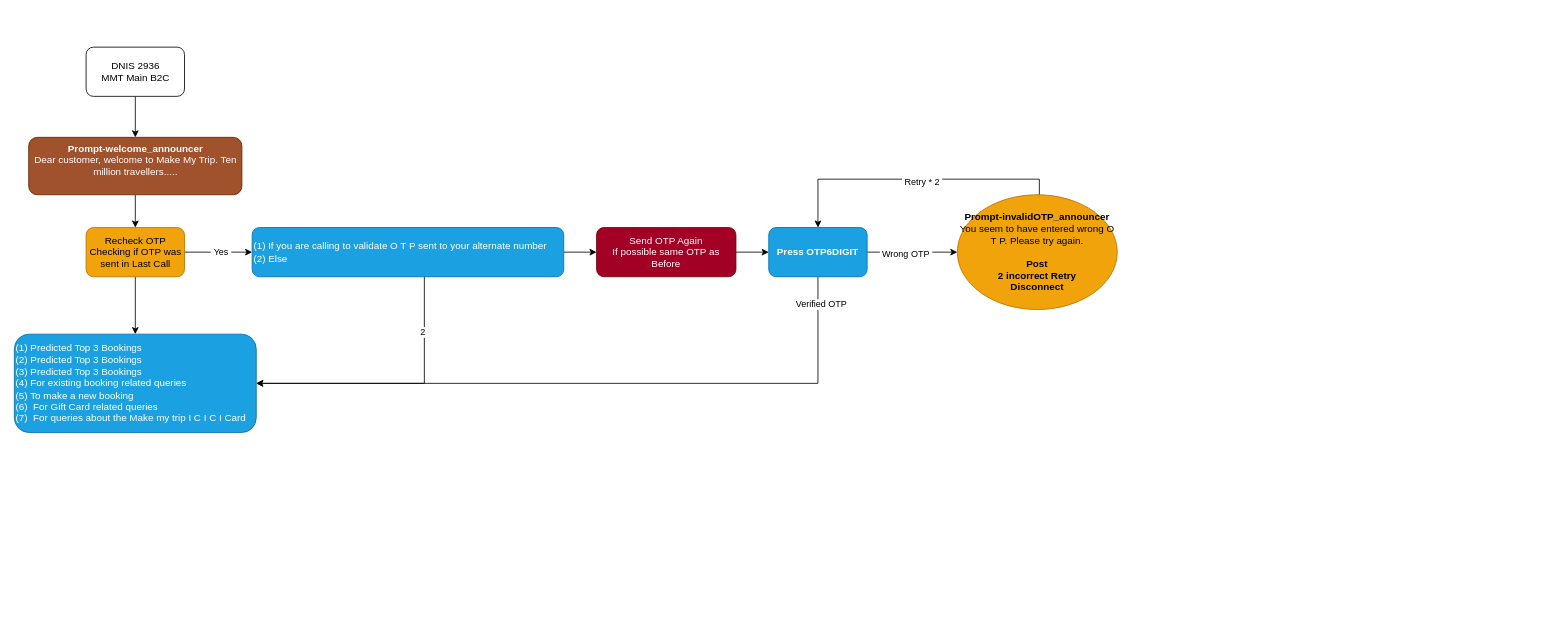
The draw.io diagram IVR.drawio in gommtsahil/draw.io, before the edit. Source tidied: cells renumbered, new cells numbered last; positions are measured from the earlier drawing's top-left corner, leaving out a move shared by most shapes. Both pictures are drawn from the tidied source at 82%, with x=0, y=0 at pixel (14, 47).
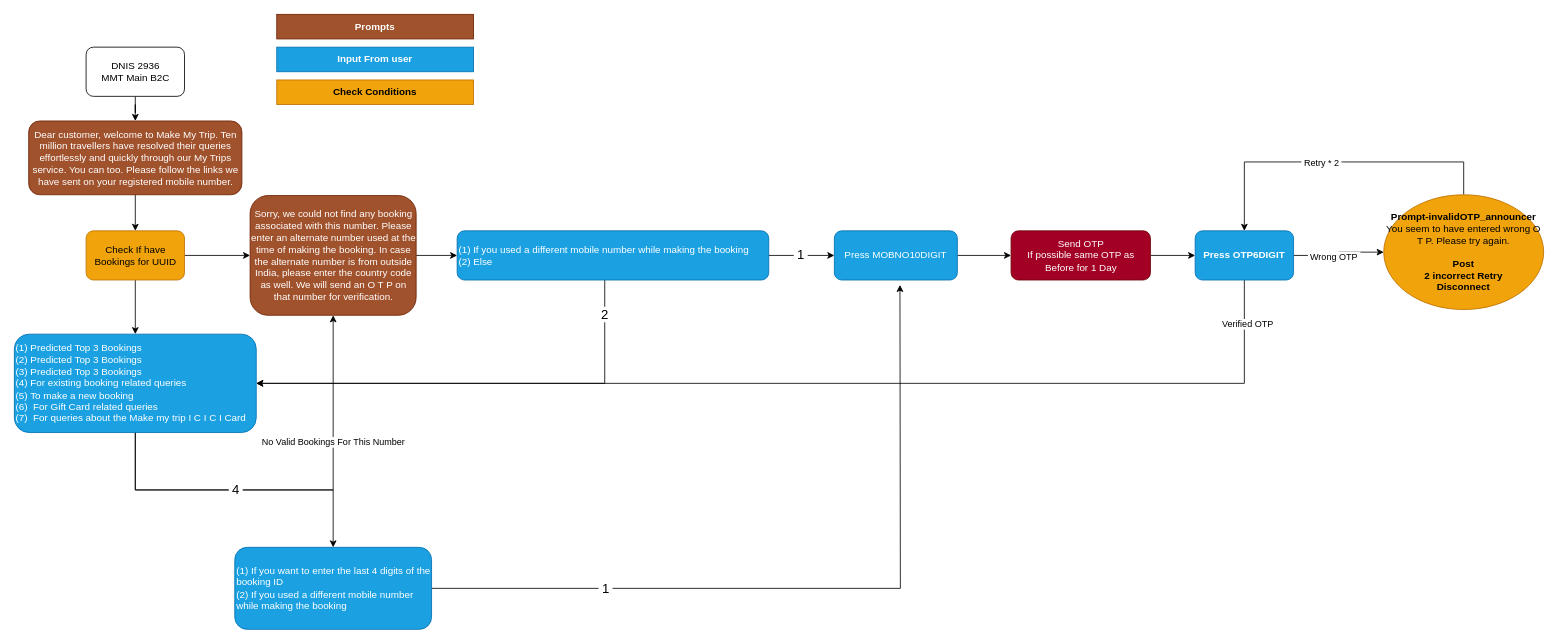
The same page after the edit.

Unchanged cells that the change refers to:
```xml
<mxCell id="14" value="(1) Predicted Top 3 Bookings&lt;br&gt;(2) Predicted Top 3 Bookings&lt;br&gt;(3) Predicted Top 3 Bookings&lt;br&gt;(4) For existing booking related queries&lt;br&gt;(5) To make a new booking&lt;br&gt;(6)&amp;nbsp; For Gift Card related queries&lt;br&gt;(7)&amp;nbsp; For queries about the Make my trip I C I C I Card" style="whiteSpace=wrap;html=1;fillColor=#1ba1e2;strokeColor=#006EAF;fontColor=#ffffff;rounded=1;roundedPerimeter=1;align=left;" parent="1" vertex="1">
  <mxGeometry y="350" width="295" height="120" as="geometry" />
</mxCell>
```

The edit, as a diff of the source:
```diff
@@
-    <mxCell id="5" value="&lt;strong class=&quot;node-name&quot;&gt;Prompt-welcome_announcer&lt;br&gt;&lt;/strong&gt;Dear customer, welcome to Make My Trip. Ten million travellers.....&lt;br&gt;&lt;div&gt;&lt;br/&gt;&lt;/div&gt;" style="rounded=1;whiteSpace=wrap;html=1;roundedPerimeter=1;fillColor=#a0522d;fontColor=#ffffff;strokeColor=#6D1F00;" parent="1" vertex="1">
-      <mxGeometry x="17.5" y="110" width="260" height="70" as="geometry" />
+    <mxCell id="5" value="Dear customer, welcome to Make My Trip. Ten million travellers have resolved their queries effortlessly and quickly through our My Trips service. You can too. Please follow the links we have sent on your registered mobile number." style="rounded=1;whiteSpace=wrap;html=1;roundedPerimeter=1;fillColor=#a0522d;fontColor=#ffffff;strokeColor=#6D1F00;" parent="1" vertex="1">
+      <mxGeometry x="17.5" y="90" width="260" height="90" as="geometry" />
     </mxCell>
-    <mxCell id="6" style="edgeStyle=orthogonalEdgeStyle;rounded=0;jettySize=auto;html=1;" parent="1" edge="1" source="9" target="13">
-      <mxGeometry relative="1" as="geometry" />
-    </mxCell>
-    <mxCell id="7" value="&amp;nbsp;Yes&amp;nbsp;" style="edgeLabel;html=1;align=center;verticalAlign=middle;" parent="6" vertex="1">
-      <mxGeometry x="0.07" y="1" relative="1" as="geometry" />
-    </mxCell>
@@
+    <mxCell id="25" style="edgeStyle=orthogonalEdgeStyle;rounded=0;jettySize=auto;html=1;" parent="1" edge="1" source="9" target="35">
+      <mxGeometry relative="1" as="geometry" />
+    </mxCell>
-    <mxCell id="9" value="Recheck OTP&lt;br&gt;&lt;div&gt;Checking if OTP was sent in Last Call&lt;/div&gt;" style="whiteSpace=wrap;html=1;rounded=1;roundedPerimeter=1;fillColor=#f0a30a;fontColor=#000000;strokeColor=#BD7000;" parent="1" vertex="1">
-      <mxGeometry x="87.5" y="220" width="120" height="60" as="geometry" />
+    <mxCell id="9" value="Check If have Bookings for UUID" style="whiteSpace=wrap;html=1;rounded=1;roundedPerimeter=1;fillColor=#f0a30a;fontColor=#000000;strokeColor=#BD7000;" parent="1" vertex="1">
+      <mxGeometry x="87.5" y="224" width="120" height="60" as="geometry" />
     </mxCell>
+    <mxCell id="26" style="edgeStyle=orthogonalEdgeStyle;rounded=0;jettySize=auto;html=1;" parent="1" edge="1" source="13" target="33">
+      <mxGeometry relative="1" as="geometry" />
+    </mxCell>
+    <mxCell id="27" value="&amp;nbsp;1&amp;nbsp;" style="edgeLabel;html=1;align=center;verticalAlign=middle;fontSize=16;" parent="26" vertex="1">
+      <mxGeometry x="-0.04" y="2" relative="1" as="geometry" />
+    </mxCell>
     <mxCell id="10" style="edgeStyle=orthogonalEdgeStyle;rounded=0;jettySize=auto;html=1;entryX=1;entryY=0.5;entryDx=0;entryDy=0;" parent="1" edge="1" source="13" target="14">
       <mxGeometry relative="1" as="geometry">
         <Array as="points">
-          <mxPoint x="500" y="410" />
+          <mxPoint x="720" y="410" />
         </Array>
       </mxGeometry>
     </mxCell>
-    <mxCell id="11" value="2" style="edgeLabel;html=1;align=center;verticalAlign=middle;" parent="10" vertex="1">
-      <mxGeometry x="-0.6" y="-3" relative="1" as="geometry" />
+    <mxCell id="11" value="2" style="edgeLabel;html=1;align=center;verticalAlign=middle;fontSize=16;" parent="10" vertex="1">
+      <mxGeometry x="-0.85" y="2" relative="1" as="geometry">
+        <mxPoint x="-3" as="offset" />
+      </mxGeometry>
     </mxCell>
-    <mxCell id="12" style="edgeStyle=orthogonalEdgeStyle;rounded=0;jettySize=auto;html=1;" parent="1" edge="1" source="13" target="20">
-      <mxGeometry relative="1" as="geometry" />
-    </mxCell>
-    <mxCell id="13" value="&lt;div align=&quot;left&quot;&gt;(1) If you are calling to validate O T P sent to your alternate number&lt;br&gt;(2) Else&lt;/div&gt;" style="whiteSpace=wrap;html=1;rounded=1;roundedPerimeter=1;align=left;fillColor=#1ba1e2;fontColor=#ffffff;strokeColor=#006EAF;" parent="1" vertex="1">
-      <mxGeometry x="290" y="220" width="380" height="60" as="geometry" />
+    <mxCell id="13" value="&lt;div align=&quot;left&quot;&gt;(1) If you used a different mobile number while making the booking&lt;br&gt;(2) Else&lt;/div&gt;" style="whiteSpace=wrap;html=1;rounded=1;roundedPerimeter=1;align=left;fillColor=#1ba1e2;fontColor=#ffffff;strokeColor=#006EAF;" parent="1" vertex="1">
+      <mxGeometry x="540" y="224" width="380" height="60" as="geometry" />
     </mxCell>
+    <mxCell id="28" style="edgeStyle=orthogonalEdgeStyle;rounded=0;jettySize=auto;html=1;" parent="1" edge="1" source="14" target="35">
+      <mxGeometry relative="1" as="geometry">
+        <Array as="points">
+          <mxPoint x="147.5" y="540" />
+          <mxPoint x="388.8" y="540" />
+        </Array>
+      </mxGeometry>
+    </mxCell>
+    <mxCell id="29" value="No Valid Bookings For This Number" style="edgeLabel;html=1;align=center;verticalAlign=middle;" parent="28" vertex="1">
+      <mxGeometry x="0.44" y="4" relative="1" as="geometry">
+        <mxPoint x="4" y="7" as="offset" />
+      </mxGeometry>
+    </mxCell>
+    <mxCell id="30" style="edgeStyle=orthogonalEdgeStyle;rounded=0;jettySize=auto;html=1;" parent="1" edge="1" source="14" target="41">
+      <mxGeometry relative="1" as="geometry" />
+    </mxCell>
+    <mxCell id="31" value="&amp;nbsp;4&amp;nbsp;" style="edgeLabel;html=1;align=center;verticalAlign=middle;fontSize=16;" parent="30" vertex="1">
+      <mxGeometry relative="1" as="geometry">
+        <mxPoint x="1" y="-2" as="offset" />
+      </mxGeometry>
+    </mxCell>
@@
     <mxCell id="17" style="edgeStyle=orthogonalEdgeStyle;rounded=0;jettySize=auto;html=1;entryX=1;entryY=0.5;entryDx=0;entryDy=0;exitX=0.5;exitY=1;exitDx=0;exitDy=0;" parent="1" edge="1" source="24" target="14">
       <mxGeometry x="-0.81" relative="1" as="geometry">
         <Array as="points">
-          <mxPoint x="980" y="410" />
+          <mxPoint x="1500" y="410" />
         </Array>
       </mxGeometry>
     </mxCell>
@@
-    <mxCell id="20" value="&lt;div align=&quot;center&quot;&gt;&amp;nbsp;Send OTP Again&amp;nbsp;&lt;br&gt;If possible same OTP as Before&lt;/div&gt;" style="whiteSpace=wrap;html=1;align=center;fillColor=#a20025;strokeColor=#6F0000;fontColor=#ffffff;rounded=1;roundedPerimeter=1;" parent="1" vertex="1">
-      <mxGeometry x="710" y="220" width="170" height="60" as="geometry" />
+    <mxCell id="20" value="&lt;div align=&quot;center&quot;&gt;&amp;nbsp;Send OTP&amp;nbsp;&lt;br&gt;If possible same OTP as Before for 1 Day&lt;/div&gt;" style="whiteSpace=wrap;html=1;align=center;fillColor=#a20025;strokeColor=#6F0000;fontColor=#ffffff;rounded=1;roundedPerimeter=1;" parent="1" vertex="1">
+      <mxGeometry x="1215.5" y="224" width="170" height="60" as="geometry" />
     </mxCell>
     <mxCell id="21" style="edgeStyle=orthogonalEdgeStyle;rounded=0;jettySize=auto;html=1;exitX=0.5;exitY=0;exitDx=0;exitDy=0;entryX=0.5;entryY=0;entryDx=0;entryDy=0;" parent="1" edge="1" source="23" target="24">
       <mxGeometry x="0.27" relative="1" as="geometry">
         <Array as="points">
-          <mxPoint x="1250" y="210" />
-          <mxPoint x="1250" y="161" />
-          <mxPoint x="980" y="161" />
+          <mxPoint x="1767.5" y="140" />
+          <mxPoint x="1500" y="140" />
         </Array>
       </mxGeometry>
     </mxCell>
     <mxCell id="22" value="&amp;nbsp;Retry * 2&amp;nbsp;" style="edgeLabel;html=1;align=center;verticalAlign=middle;" parent="21" vertex="1">
       <mxGeometry x="0.1" y="2" relative="1" as="geometry">
-        <mxPoint x="1" as="offset" />
+        <mxPoint x="1" y="-2" as="offset" />
       </mxGeometry>
     </mxCell>
     <mxCell id="23" value="&lt;strong class=&quot;node-name&quot;&gt;Prompt-invalidOTP_announcer&lt;br&gt;&lt;/strong&gt;You seem to have entered wrong O T P. Please try again.&lt;br&gt;&lt;b&gt;&lt;br&gt;Post&lt;/b&gt;&lt;br&gt;&lt;strong class=&quot;node-name&quot;&gt;2 incorrect Retry&lt;br&gt;Disconnect&lt;/strong&gt;" style="ellipse;whiteSpace=wrap;html=1;shapeInside=1;align=center;fillColor=#f0a30a;strokeColor=#BD7000;fontColor=#000000;rounded=1;roundedPerimeter=1;" parent="1" vertex="1">
-      <mxGeometry x="1150" y="180" width="195" height="140" as="geometry" />
+      <mxGeometry x="1670" y="180" width="195" height="140" as="geometry" />
     </mxCell>
     <mxCell id="24" value="&lt;span class=&quot;edge-part&quot; style=&quot;--press-color:#64748b&quot;&gt;&lt;strong&gt;Press OTP6DIGIT &lt;/strong&gt;&lt;/span&gt;" style="whiteSpace=wrap;html=1;fillColor=#1ba1e2;strokeColor=#006EAF;fontColor=#ffffff;rounded=1;roundedPerimeter=1;" parent="1" vertex="1">
-      <mxGeometry x="920" y="220" width="120" height="60" as="geometry" />
+      <mxGeometry x="1440" y="224" width="120" height="60" as="geometry" />
     </mxCell>
+    <mxCell id="32" style="edgeStyle=orthogonalEdgeStyle;rounded=0;jettySize=auto;html=1;entryX=0;entryY=0.5;entryDx=0;entryDy=0;" parent="1" edge="1" source="33" target="20">
+      <mxGeometry relative="1" as="geometry" />
+    </mxCell>
+    <mxCell id="33" value="Press MOBNO10DIGIT" style="whiteSpace=wrap;html=1;align=center;fillColor=#1ba1e2;strokeColor=#006EAF;fontColor=#ffffff;rounded=1;roundedPerimeter=1;" parent="1" vertex="1">
+      <mxGeometry x="1000" y="224" width="150" height="60" as="geometry" />
+    </mxCell>
+    <mxCell id="34" style="edgeStyle=orthogonalEdgeStyle;rounded=0;jettySize=auto;html=1;entryX=0;entryY=0.5;entryDx=0;entryDy=0;" parent="1" edge="1" source="35" target="13">
+      <mxGeometry relative="1" as="geometry" />
+    </mxCell>
+    <mxCell id="35" value="Sorry, we could not find any booking associated with this number. Please enter an alternate number used at the time of making the booking. In case the alternate number is from outside India, please enter the country code as well. We will send an O T P on that number for verification." style="whiteSpace=wrap;html=1;fillColor=#a0522d;strokeColor=#6D1F00;fontColor=#ffffff;rounded=1;roundedPerimeter=1;" parent="1" vertex="1">
+      <mxGeometry x="287.5" y="181" width="202.5" height="146" as="geometry" />
+    </mxCell>
+    <mxCell id="36" value="&lt;b&gt;Prompts&lt;/b&gt;" style="rounded=0;whiteSpace=wrap;html=1;fillColor=#a0522d;fontColor=#ffffff;strokeColor=#6D1F00;" parent="1" vertex="1">
+      <mxGeometry x="320" y="-40" width="240" height="30" as="geometry" />
+    </mxCell>
+    <mxCell id="37" value="&lt;b&gt;Input From user&lt;/b&gt;" style="rounded=0;whiteSpace=wrap;html=1;fillColor=#1ba1e2;fontColor=#ffffff;strokeColor=#006EAF;" parent="1" vertex="1">
+      <mxGeometry x="320" width="240" height="30" as="geometry" />
+    </mxCell>
+    <mxCell id="38" value="&lt;b&gt;Check Conditions&lt;/b&gt;" style="rounded=0;whiteSpace=wrap;html=1;fillColor=#f0a30a;fontColor=#000000;strokeColor=#BD7000;" parent="1" vertex="1">
+      <mxGeometry x="320" y="40" width="240" height="30" as="geometry" />
+    </mxCell>
+    <mxCell id="39" style="edgeStyle=orthogonalEdgeStyle;rounded=0;jettySize=auto;html=1;" parent="1" edge="1" source="41">
+      <mxGeometry relative="1" as="geometry">
+        <mxPoint x="1080" y="290" as="targetPoint" />
+      </mxGeometry>
+    </mxCell>
+    <mxCell id="40" value="&lt;font style=&quot;font-size: 16px;&quot;&gt;&amp;nbsp;1&amp;nbsp;&lt;/font&gt;" style="edgeLabel;html=1;align=center;verticalAlign=middle;" parent="39" vertex="1">
+      <mxGeometry x="-0.49" y="1" relative="1" as="geometry">
+        <mxPoint x="-28" as="offset" />
+      </mxGeometry>
+    </mxCell>
+    <mxCell id="41" value="(1) If you want to enter the last 4 digits of the booking ID&lt;br&gt;(2) If you used a different mobile number while making the booking" style="whiteSpace=wrap;html=1;align=left;fillColor=#1ba1e2;strokeColor=#006EAF;fontColor=#ffffff;rounded=1;roundedPerimeter=1;" parent="1" vertex="1">
+      <mxGeometry x="268.8" y="610" width="240" height="100" as="geometry" />
+    </mxCell>
```
